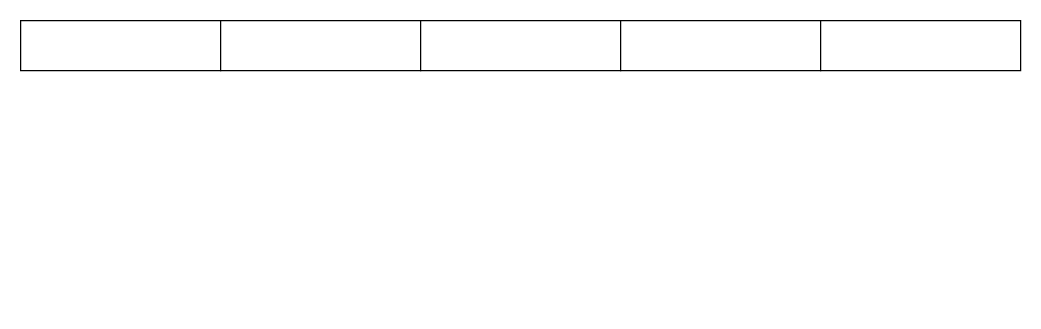
Before: Causal.drawio in hzb29/hzb29, a draw.io diagram. Source tidied: cells renumbered, new cells numbered last; positions are measured from the earlier drawing's top-left corner, leaving out a move shared by most shapes. Both pictures are drawn from the tidied source at 125%, with x=0, y=0 at pixel (20, 20).
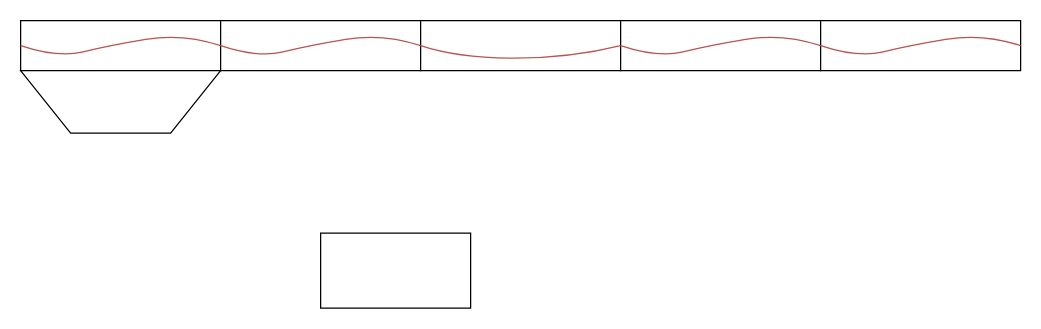
After the change.

The change refers to these unchanged cells:
```xml
<mxCell id="3" style="rounded=0;whiteSpace=wrap;html=1;" parent="1" vertex="1">
  <mxGeometry x="160" width="160" height="40" as="geometry" />
</mxCell>
```

Diff of the diagram source:
```diff
@@
+    <mxCell id="7" style="curved=1;endArrow=none;html=1;rounded=0;startFill=0;entryX=0;entryY=0.5;entryDx=0;entryDy=0;fillColor=#f8cecc;strokeColor=#b85450;" parent="1" edge="1" target="3">
+      <mxGeometry relative="1" as="geometry">
+        <mxPoint y="20" as="sourcePoint" />
+        <Array as="points">
+          <mxPoint x="30" y="30" />
+          <mxPoint x="70" y="20" />
+          <mxPoint x="130" y="10" />
+        </Array>
+      </mxGeometry>
+    </mxCell>
+    <mxCell id="8" style="curved=1;endArrow=none;html=1;rounded=0;startFill=0;entryX=0;entryY=0.5;entryDx=0;entryDy=0;fillColor=#f8cecc;strokeColor=#b85450;" parent="1" edge="1">
+      <mxGeometry relative="1" as="geometry">
+        <mxPoint x="160" y="20" as="sourcePoint" />
+        <mxPoint x="320" y="20" as="targetPoint" />
+        <Array as="points">
+          <mxPoint x="190" y="30" />
+          <mxPoint x="230" y="20" />
+          <mxPoint x="290" y="10" />
+        </Array>
+      </mxGeometry>
+    </mxCell>
+    <mxCell id="9" style="curved=1;endArrow=none;html=1;rounded=0;startFill=0;entryX=0;entryY=0.5;entryDx=0;entryDy=0;fillColor=#f8cecc;strokeColor=#b85450;" parent="1" edge="1">
+      <mxGeometry relative="1" as="geometry">
+        <mxPoint x="320" y="20" as="sourcePoint" />
+        <mxPoint x="480" y="20" as="targetPoint" />
+        <Array as="points">
+          <mxPoint x="350" y="30" />
+          <mxPoint x="440" y="30" />
+        </Array>
+      </mxGeometry>
+    </mxCell>
+    <mxCell id="10" style="curved=1;endArrow=none;html=1;rounded=0;startFill=0;entryX=0;entryY=0.5;entryDx=0;entryDy=0;fillColor=#f8cecc;strokeColor=#b85450;" parent="1" edge="1">
+      <mxGeometry relative="1" as="geometry">
+        <mxPoint x="480" y="20" as="sourcePoint" />
+        <mxPoint x="640" y="20" as="targetPoint" />
+        <Array as="points">
+          <mxPoint x="510" y="30" />
+          <mxPoint x="550" y="20" />
+          <mxPoint x="610" y="10" />
+        </Array>
+      </mxGeometry>
+    </mxCell>
+    <mxCell id="11" style="curved=1;endArrow=none;html=1;rounded=0;startFill=0;entryX=0;entryY=0.5;entryDx=0;entryDy=0;fillColor=#f8cecc;strokeColor=#b85450;" parent="1" edge="1">
+      <mxGeometry relative="1" as="geometry">
+        <mxPoint x="640" y="20" as="sourcePoint" />
+        <mxPoint x="800" y="20" as="targetPoint" />
+        <Array as="points">
+          <mxPoint x="670" y="30" />
+          <mxPoint x="710" y="20" />
+          <mxPoint x="770" y="10" />
+        </Array>
+      </mxGeometry>
+    </mxCell>
+    <mxCell id="12" style="rounded=0;whiteSpace=wrap;html=1;" parent="1" vertex="1">
+      <mxGeometry x="240" y="170" width="120" height="60" as="geometry" />
+    </mxCell>
+    <mxCell id="13" style="shape=trapezoid;perimeter=trapezoidPerimeter;whiteSpace=wrap;html=1;fixedSize=1;rotation=-180;size=40;" parent="1" vertex="1">
+      <mxGeometry y="40" width="160" height="50" as="geometry" />
+    </mxCell>
```
